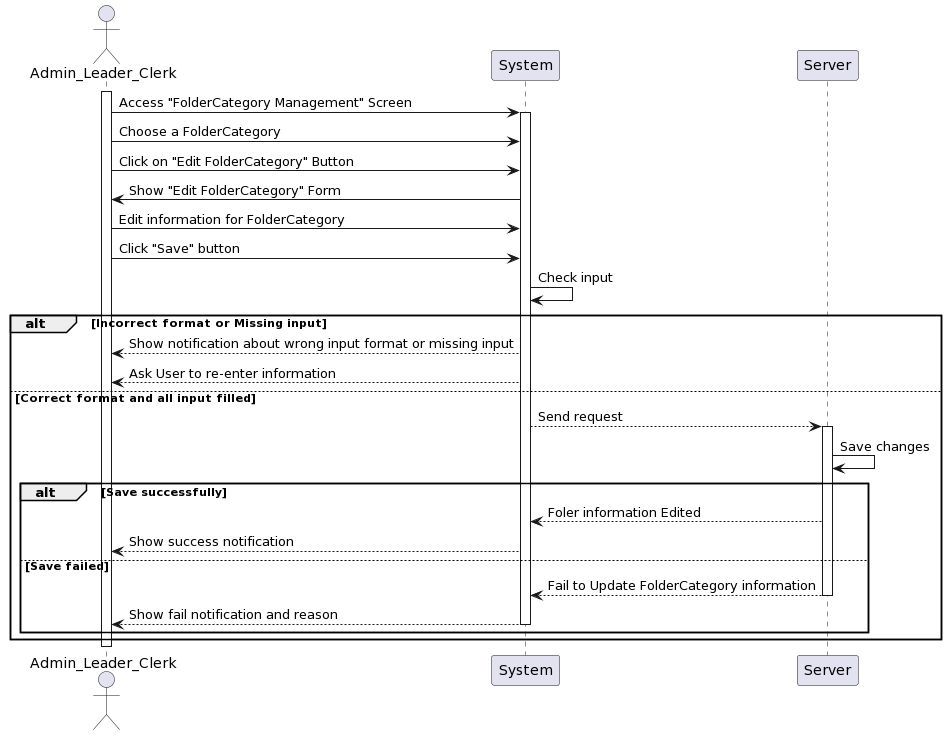
khoapham1003/SE357-Pratice-class keeps this PlantUML diagram as Lab1/Lab1.2/SequenceDiagram/FolderCategory/EditFolderCategoryinformation/EditFolderCategoryinformation_SequenceDiagram.png. Above is the earlier version. Source of this version:
```plantuml
@startuml
actor Admin_Leader_Clerk as User
participant System
participant Server

activate User
User -> System: Access "FolderCategory Management" Screen
activate System
User -> System: Choose a FolderCategory
User -> System: Click on "Edit FolderCategory" Button
System -> User: Show "Edit FolderCategory" Form
User -> System: Edit information for FolderCategory
User -> System: Click "Save" button
System -> System: Check input
alt Incorrect format or Missing input
    System --> User: Show notification about wrong input format or missing input
    System --> User: Ask User to re-enter information
else Correct format and all input filled
    System --> Server: Send request
activate Server
    Server -> Server: Save changes
    alt Save successfully
        Server --> System: Foler information Edited
        System --> User: Show success notification
    else Save failed
        Server --> System:Fail to Update FolderCategory information
deactivate Server
        System --> User: Show fail notification and reason
deactivate System
    end
end
deactivate User
@enduml
```
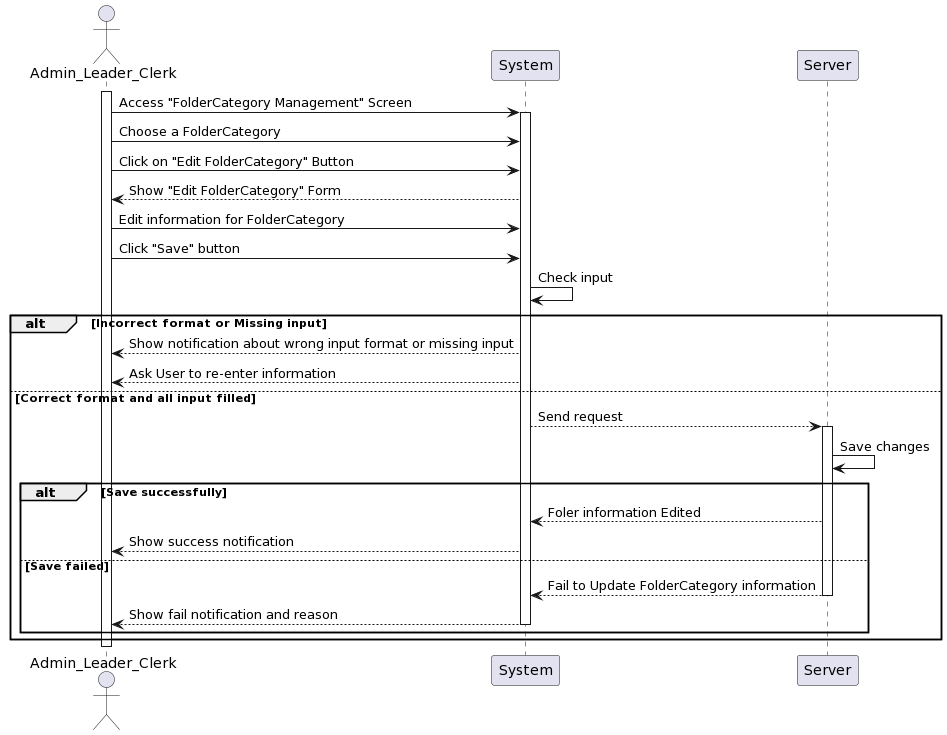
The same file after the commit.

Change to the diagram source:
```diff
@@ -8,7 +8,7 @@
 activate System
 User -> System: Choose a FolderCategory
 User -> System: Click on "Edit FolderCategory" Button
-System -> User: Show "Edit FolderCategory" Form
+System --> User: Show "Edit FolderCategory" Form
 User -> System: Edit information for FolderCategory
 User -> System: Click "Save" button
 System -> System: Check input
```
